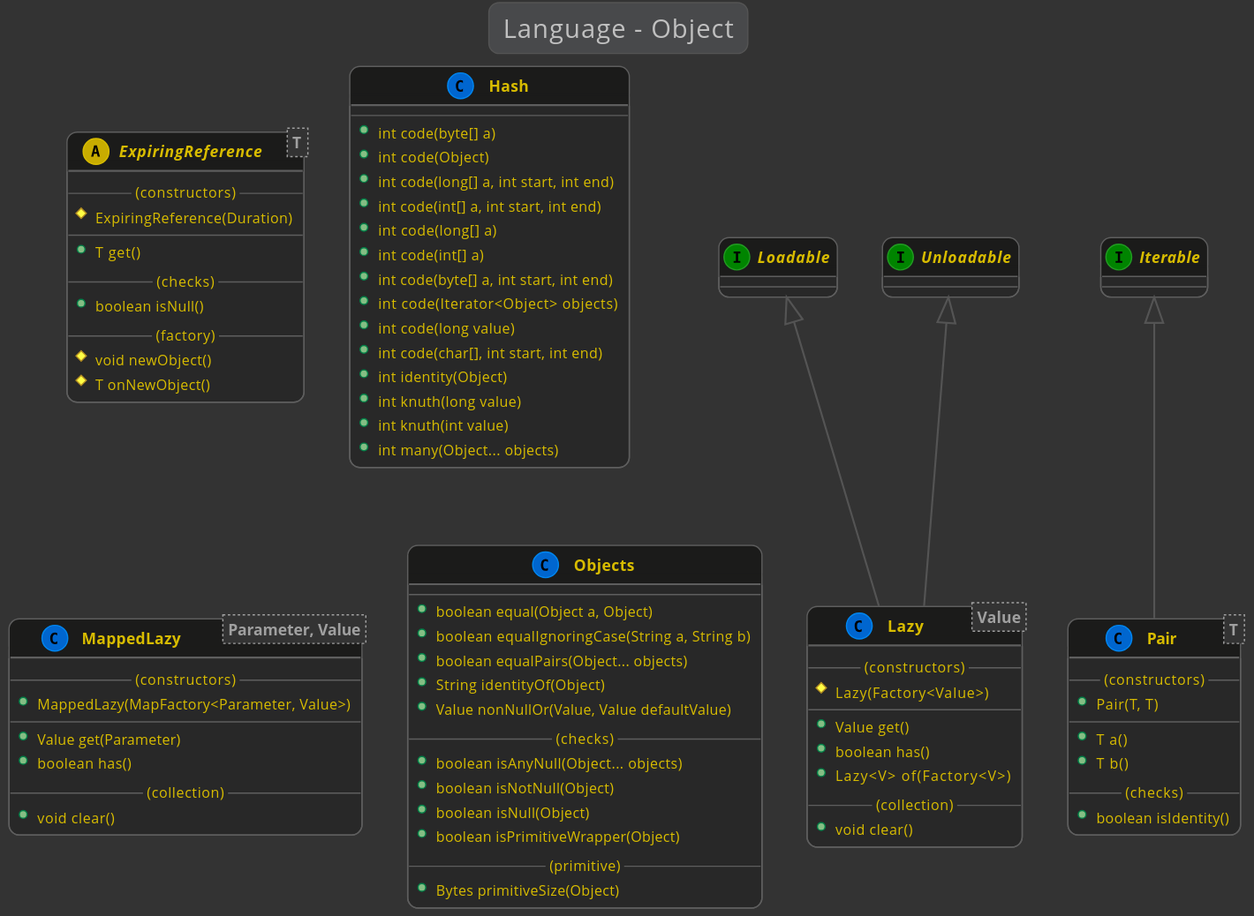
Above: docs/1.3.1-SNAPSHOT/lexakai/kivakit/kivakit-kernel/documentation/diagrams/diagram-language-object.svg in Telenav/kivakit-assets (PlantUML), before the change. Source of this version:
```plantuml
@startuml

    !include lexakai.theme

    title "Language - Object"

    interface Loadable
    interface Iterable
    interface Unloadable

    abstract class ExpiringReference<T>
    {
        --(constructors)--
        #ExpiringReference(Duration)
        --
        +T get()
        --(checks)--
        +boolean isNull()
        --(factory)--
        #void newObject()
        #T onNewObject()
    }

    class Hash
    {
        --
        +int code(byte[] a)
        +int code(Object)
        +int code(long[] a, int start, int end)
        +int code(int[] a, int start, int end)
        +int code(long[] a)
        +int code(int[] a)
        +int code(byte[] a, int start, int end)
        +int code(Iterator<Object> objects)
        +int code(long value)
        +int code(char[], int start, int end)
        +int identity(Object)
        +int knuth(long value)
        +int knuth(int value)
        +int many(Object... objects)
    }

    Loadable <|-- Lazy
    Unloadable <|-- Lazy
    class Lazy<Value>
    {
        --(constructors)--
        #Lazy(Factory<Value>)
        --
        +Value get()
        +boolean has()
        +Lazy<V> of(Factory<V>)
        --(collection)--
        +void clear()
    }

    class MappedLazy<Parameter, Value>
    {
        --(constructors)--
        +MappedLazy(MapFactory<Parameter, Value>)
        --
        +Value get(Parameter)
        +boolean has()
        --(collection)--
        +void clear()
    }

    class Objects
    {
        --
        +boolean equal(Object a, Object)
        +boolean equalIgnoringCase(String a, String b)
        +boolean equalPairs(Object... objects)
        +String identityOf(Object)
        +Value nonNullOr(Value, Value defaultValue)
        --(checks)--
        +boolean isAnyNull(Object... objects)
        +boolean isNotNull(Object)
        +boolean isNull(Object)
        +boolean isPrimitiveWrapper(Object)
        --(primitive)--
        +Bytes primitiveSize(Object)
    }

    Iterable <|-- Pair
    class Pair<T>
    {
        --(constructors)--
        +Pair(T, T)
        --
        +T a()
        +T b()
        --(checks)--
        +boolean isIdentity()
    }

@enduml
```
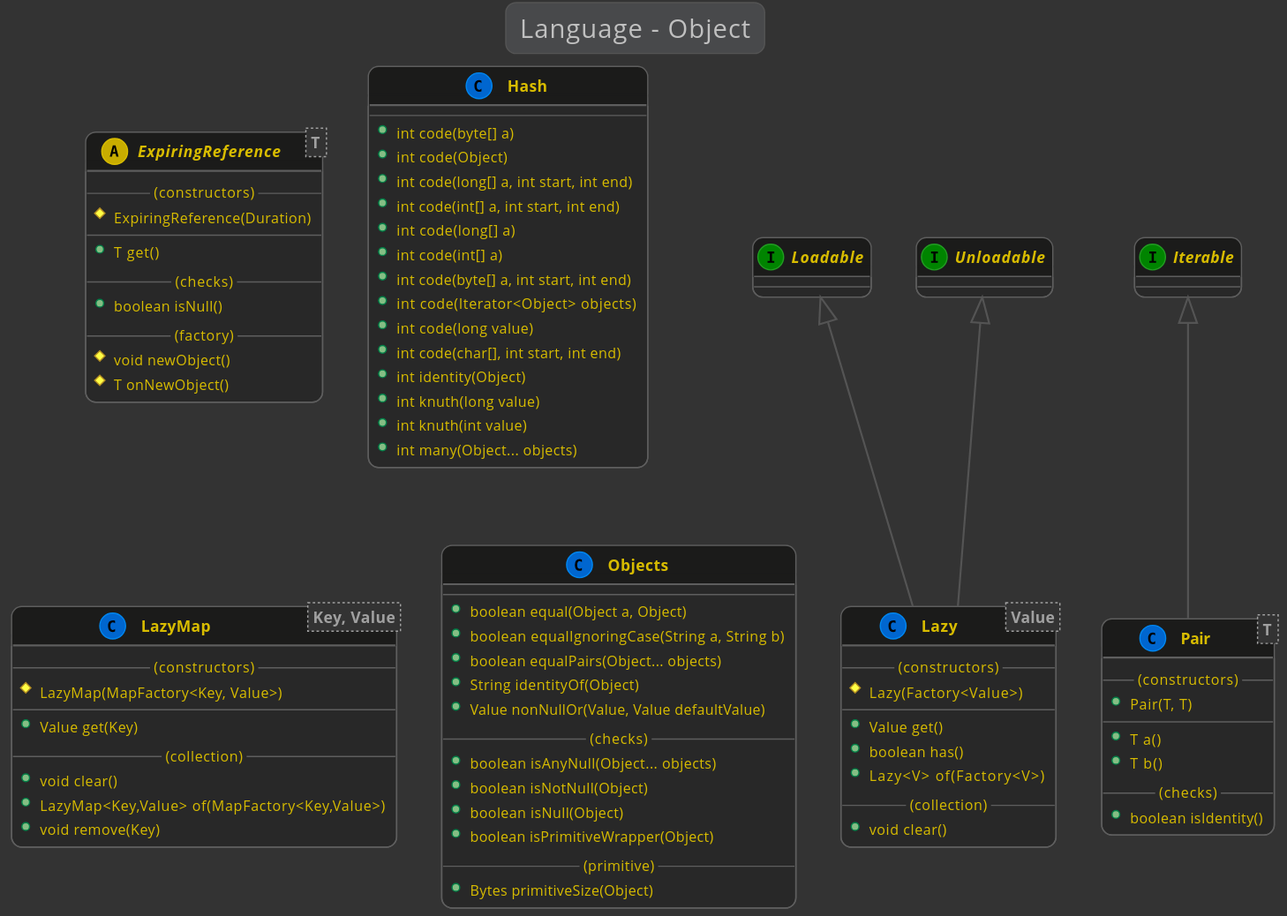
The same file after the commit.

Change to the diagram source:
```diff
@@ -54,15 +54,16 @@
         +void clear()
     }
 
-    class MappedLazy<Parameter, Value>
+    class LazyMap<Key, Value>
     {
         --(constructors)--
-        +MappedLazy(MapFactory<Parameter, Value>)
+        #LazyMap(MapFactory<Key, Value>)
         --
-        +Value get(Parameter)
-        +boolean has()
+        +Value get(Key)
         --(collection)--
         +void clear()
+        +LazyMap<Key,Value> of(MapFactory<Key,Value>)
+        +void remove(Key)
     }
 
     class Objects
```
